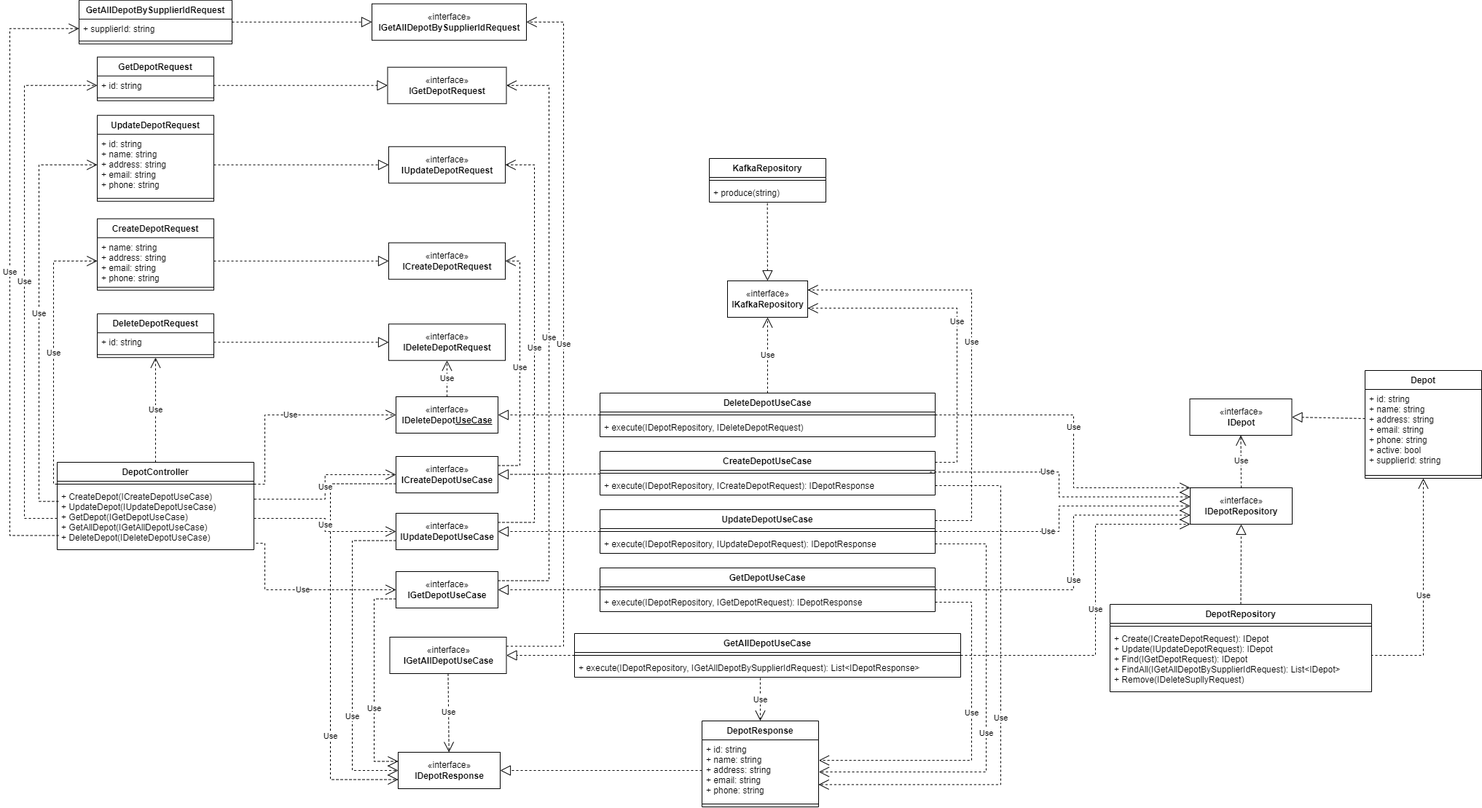
Earlier version of the draw.io export project/diagrams/class-diagrams/depots-service/png/depots-service.png (bitols/logistics-services-management). Source tidied: cells renumbered, new cells last; positions are measured from the earlier drawing's top-left corner, leaving out a move shared by most shapes.
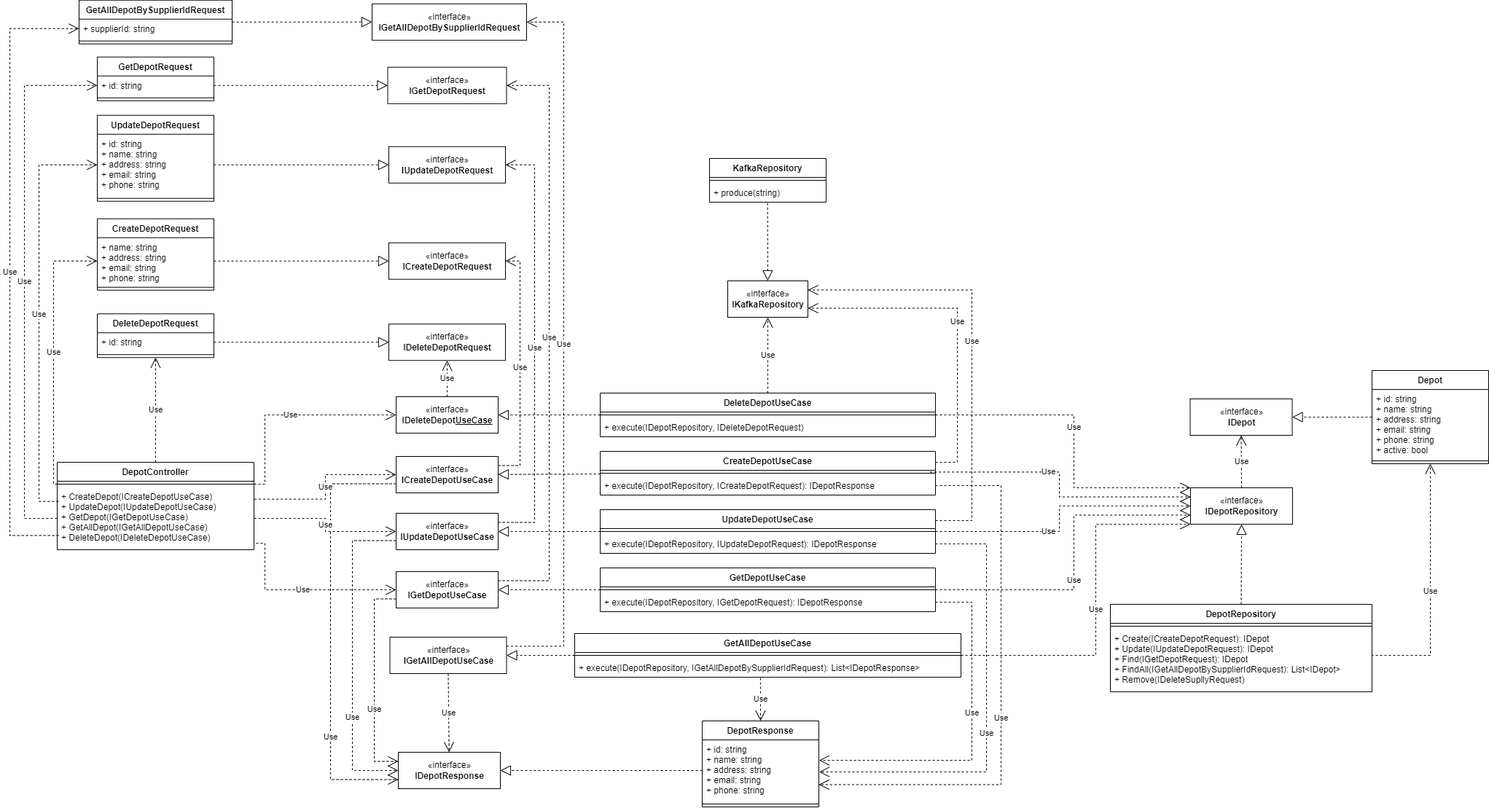
Above is the later version.

The edit, as a diff of the source:
```diff
@@ -354,26 +354,15 @@
     <mxCell id="80" style="endArrow=block;dashed=1;endFill=0;endSize=12;html=1;rounded=0;entryX=0.5;entryY=1;entryDx=0;entryDy=0;exitX=0.5;exitY=0;exitDx=0;exitDy=0;" parent="1" edge="1" source="77" target="75">
       <mxGeometry relative="1" as="geometry" />
     </mxCell>
-    <mxCell id="81" value="Depot" style="swimlane;fontStyle=1;align=center;verticalAlign=top;horizontal=1;startSize=26;" parent="1" vertex="1">
-      <mxGeometry x="1860" y="508" width="160" height="148" as="geometry" />
-    </mxCell>
-    <mxCell id="82" value="+ id: string&#10;+ name: string&#10;+ address: string&#10;+ email: string&#10;+ phone: string&#10;+ active: bool&#10;+ supplierId: string" style="text;strokeColor=none;fillColor=none;align=left;verticalAlign=top;spacingLeft=4;spacingRight=4;overflow=hidden;" parent="81" vertex="1">
-      <mxGeometry y="26" width="160" height="114" as="geometry" />
-    </mxCell>
-    <mxCell id="83" style="line;strokeWidth=1;fillColor=none;align=left;verticalAlign=middle;spacingTop=-1;spacingLeft=3;spacingRight=3;labelPosition=right;" parent="81" vertex="1">
-      <mxGeometry y="140" width="160" height="8" as="geometry" />
-    </mxCell>
-    <mxCell id="84" value="Use" style="endArrow=open;endSize=12;dashed=1;html=1;rounded=0;exitX=1;exitY=0.5;exitDx=0;exitDy=0;edgeStyle=elbowEdgeStyle;elbow=vertical;entryX=0.5;entryY=1;entryDx=0;entryDy=0;" parent="1" edge="1" source="79" target="81">
+    <mxCell id="84" value="Use" style="endArrow=open;endSize=12;dashed=1;html=1;rounded=0;exitX=1;exitY=0.5;exitDx=0;exitDy=0;edgeStyle=elbowEdgeStyle;elbow=vertical;" parent="1" edge="1" source="79" target="81">
       <mxGeometry relative="1" as="geometry">
         <Array as="points">
           <mxPoint x="1860" y="899" />
         </Array>
       </mxGeometry>
     </mxCell>
-    <mxCell id="85" style="endArrow=block;dashed=1;endFill=0;endSize=12;html=1;rounded=0;elbow=vertical;entryX=1;entryY=0.5;entryDx=0;entryDy=0;" parent="1" edge="1" target="76">
-      <mxGeometry relative="1" as="geometry">
-        <mxPoint x="1860" y="574" as="sourcePoint" />
-      </mxGeometry>
+    <mxCell id="85" style="endArrow=block;dashed=1;endFill=0;endSize=12;html=1;rounded=0;elbow=vertical;entryX=1;entryY=0.5;entryDx=0;entryDy=0;" parent="1" edge="1" source="81" target="76">
+      <mxGeometry relative="1" as="geometry" />
     </mxCell>
     <mxCell id="86" value="«interface»&lt;br&gt;&lt;b&gt;IKafkaRepository&lt;/b&gt;" style="html=1;" parent="1" vertex="1">
       <mxGeometry x="985" y="385" width="110" height="50" as="geometry" />
@@ -466,5 +455,14 @@
         </Array>
       </mxGeometry>
     </mxCell>
+    <mxCell id="81" value="Depot" style="swimlane;fontStyle=1;align=center;verticalAlign=top;horizontal=1;startSize=26;" parent="1" vertex="1">
+      <mxGeometry x="1869" y="508" width="160" height="128" as="geometry" />
+    </mxCell>
+    <mxCell id="109" value="+ id: string&#10;+ name: string&#10;+ address: string&#10;+ email: string&#10;+ phone: string&#10;+ active: bool" style="text;strokeColor=none;fillColor=none;align=left;verticalAlign=top;spacingLeft=4;spacingRight=4;overflow=hidden;" parent="81" vertex="1">
+      <mxGeometry y="26" width="160" height="94" as="geometry" />
+    </mxCell>
+    <mxCell id="110" style="line;strokeWidth=1;fillColor=none;align=left;verticalAlign=middle;spacingTop=-1;spacingLeft=3;spacingRight=3;labelPosition=right;" parent="81" vertex="1">
+      <mxGeometry y="120" width="160" height="8" as="geometry" />
+    </mxCell>
   </root>
 </mxGraphModel>
```
